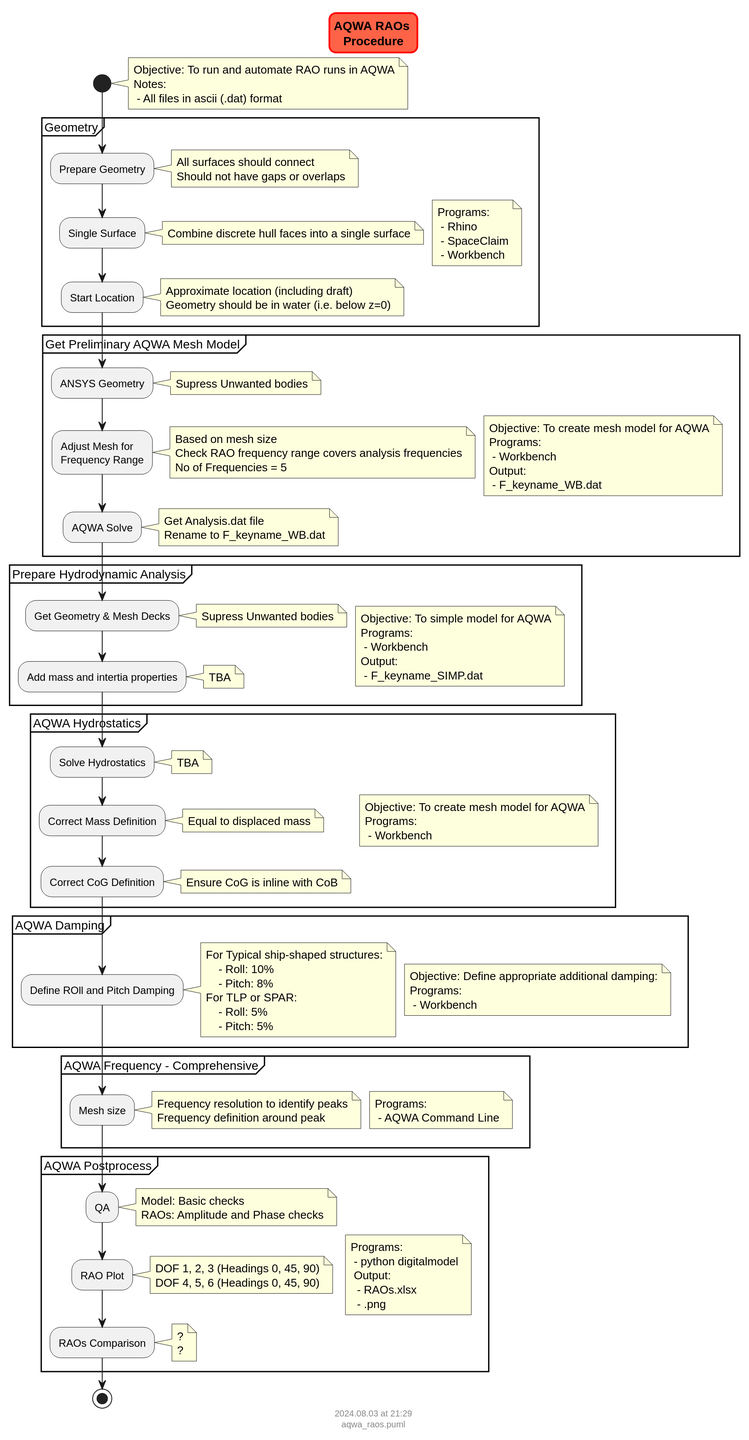
The PlantUML diagram docs/pkg_ansys/aqwa/flowcharts/aqwa_raos.svg in vamseeachanta/digitalmodel, before a commit.
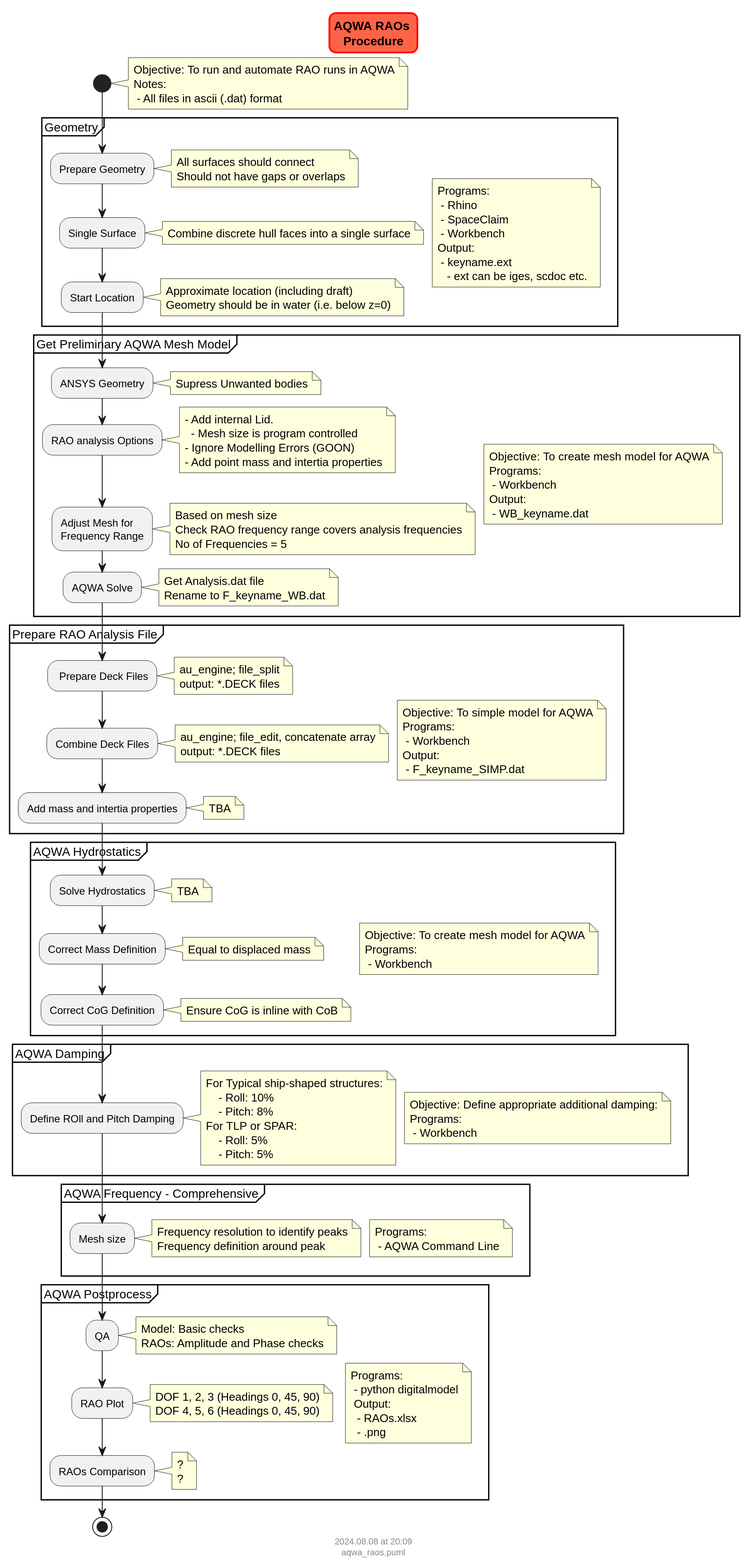
Later version of the same file.

What changed in the source:
```diff
@@ -21,6 +21,9 @@
                  - Rhino
                  - SpaceClaim
                  - Workbench
+                Output:
+                 - keyname.ext
+                   - ext can be iges, scdoc etc.
             end note
 
         :Prepare Geometry;
@@ -48,12 +51,20 @@
                 Programs:
                  - Workbench
                 Output:
-                 - F_keyname_WB.dat
+                 - WB_keyname.dat
             end note
 
         :ANSYS Geometry;
             note right
                 Supress Unwanted bodies
+            end note
+
+        :RAO analysis Options;
+            note right
+                - Add internal Lid.
+                  - Mesh size is program controlled
+                - Ignore Modelling Errors (GOON)
+                - Add point mass and intertia properties
             end note
 
         :Adjust Mesh for
@@ -64,6 +75,7 @@
                 No of Frequencies = 5
             end note
 
+
         :AQWA Solve;
             note right
                 Get Analysis.dat file
@@ -72,7 +84,7 @@
 
     }
 
-    partition "Prepare Hydrodynamic Analysis" {
+    partition "Prepare RAO Analysis File" {
             note right
                 Objective: To simple model for AQWA
                 Programs:
@@ -81,9 +93,16 @@
                  - F_keyname_SIMP.dat
             end note
 
-        :Get Geometry & Mesh Decks;
+        : Prepare Deck Files;
             note right
-                Supress Unwanted bodies
+                au_engine; file_split
+                output: *.DECK files
+            end note
+
+        :Combine Deck Files;
+            note right
+                au_engine; file_edit, concatenate array
+                output: *.DECK files
             end note
 
         :Add mass and intertia properties;
```
